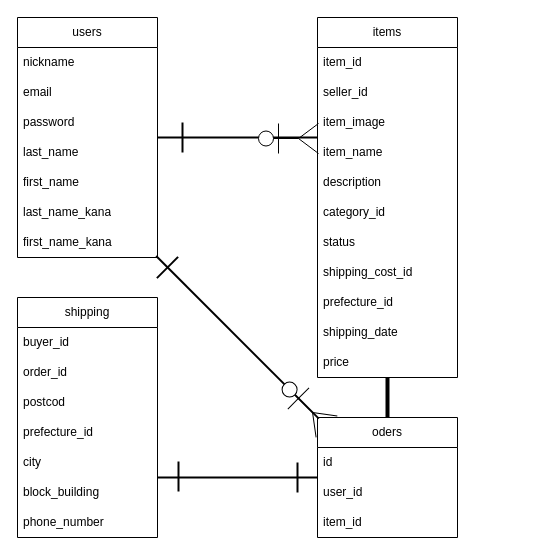
This is app/views/test.dio from 11shiro4/furima-41807, a draw.io file, before an edit. Source tidied: cells renumbered, new cells numbered last; positions are measured from the earlier drawing's top-left corner, leaving out a move shared by most shapes. Both pictures are drawn from the tidied source at 100%, with x=0, y=0 at pixel (17, 17).
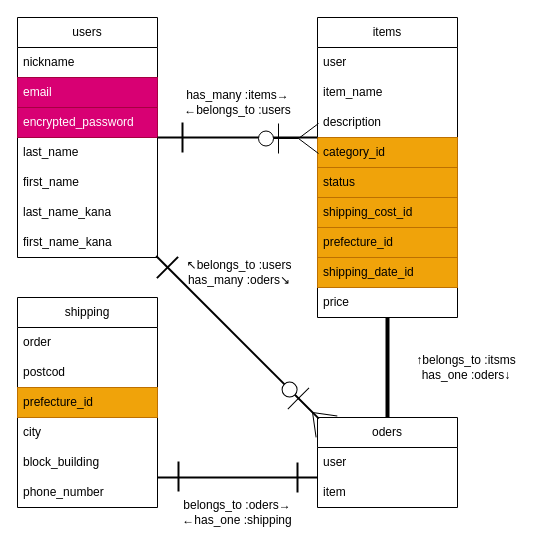
The same page after the edit.

Commit message (it also covers changes not shown here):
データベース設計#2

The change refers to these unchanged cells:
```xml
<mxCell id="2" value="users" style="swimlane;fontStyle=0;horizontal=1;startSize=30;whiteSpace=wrap;html=1;" parent="1" vertex="1">
  <mxGeometry width="140" height="240" as="geometry" />
</mxCell>
```

The edit, as a diff of the source:
```diff
@@
-    <mxCell id="4" value="email" style="text;strokeColor=none;fillColor=none;align=left;verticalAlign=middle;spacingLeft=4;spacingRight=4;overflow=hidden;whiteSpace=wrap;html=1;" parent="2" vertex="1">
+    <mxCell id="4" value="email" style="text;strokeColor=#A50040;fillColor=#d80073;align=left;verticalAlign=middle;spacingLeft=4;spacingRight=4;overflow=hidden;whiteSpace=wrap;html=1;fontColor=#ffffff;" parent="2" vertex="1">
       <mxGeometry y="60" width="140" height="30" as="geometry" />
     </mxCell>
-    <mxCell id="5" value="password" style="text;strokeColor=none;fillColor=none;align=left;verticalAlign=middle;spacingLeft=4;spacingRight=4;overflow=hidden;whiteSpace=wrap;html=1;" parent="2" vertex="1">
+    <mxCell id="5" value="encrypted_password" style="text;strokeColor=#A50040;fillColor=#d80073;align=left;verticalAlign=middle;spacingLeft=4;spacingRight=4;overflow=hidden;whiteSpace=wrap;html=1;fontColor=#ffffff;" parent="2" vertex="1">
       <mxGeometry y="90" width="140" height="30" as="geometry" />
     </mxCell>
@@
     <mxCell id="10" value="shipping" style="swimlane;fontStyle=0;horizontal=1;startSize=30;whiteSpace=wrap;html=1;" parent="1" vertex="1">
-      <mxGeometry y="280" width="140" height="240" as="geometry" />
+      <mxGeometry y="280" width="140" height="210" as="geometry" />
     </mxCell>
-    <mxCell id="11" value="buyer_id" style="text;strokeColor=none;fillColor=none;align=left;verticalAlign=middle;spacingLeft=4;spacingRight=4;overflow=hidden;whiteSpace=wrap;html=1;" parent="10" vertex="1">
-      <mxGeometry y="30" width="140" height="30" as="geometry" />
-    </mxCell>
-    <mxCell id="12" value="order_id" style="text;strokeColor=none;fillColor=none;align=left;verticalAlign=middle;spacingLeft=4;spacingRight=4;overflow=hidden;whiteSpace=wrap;html=1;" parent="10" vertex="1">
-      <mxGeometry y="60" width="140" height="30" as="geometry" />
+    <mxCell id="12" value="order" style="text;strokeColor=none;fillColor=none;align=left;verticalAlign=middle;spacingLeft=4;spacingRight=4;overflow=hidden;whiteSpace=wrap;html=1;" parent="10" vertex="1">
+      <mxGeometry y="30" width="140" height="30" as="geometry" />
     </mxCell>
     <mxCell id="13" value="postcod" style="text;strokeColor=none;fillColor=none;align=left;verticalAlign=middle;spacingLeft=4;spacingRight=4;overflow=hidden;whiteSpace=wrap;html=1;" parent="10" vertex="1">
-      <mxGeometry y="90" width="140" height="30" as="geometry" />
+      <mxGeometry y="60" width="140" height="30" as="geometry" />
     </mxCell>
-    <mxCell id="14" value="prefecture_id" style="text;strokeColor=none;fillColor=none;align=left;verticalAlign=middle;spacingLeft=4;spacingRight=4;overflow=hidden;whiteSpace=wrap;html=1;" parent="10" vertex="1">
-      <mxGeometry y="120" width="140" height="30" as="geometry" />
+    <mxCell id="14" value="prefecture_id" style="text;strokeColor=#BD7000;fillColor=#f0a30a;align=left;verticalAlign=middle;spacingLeft=4;spacingRight=4;overflow=hidden;whiteSpace=wrap;html=1;fontColor=#000000;" parent="10" vertex="1">
+      <mxGeometry y="90" width="140" height="30" as="geometry" />
     </mxCell>
     <mxCell id="15" value="city" style="text;strokeColor=none;fillColor=none;align=left;verticalAlign=middle;spacingLeft=4;spacingRight=4;overflow=hidden;whiteSpace=wrap;html=1;" parent="10" vertex="1">
-      <mxGeometry y="150" width="140" height="30" as="geometry" />
+      <mxGeometry y="120" width="140" height="30" as="geometry" />
     </mxCell>
     <mxCell id="16" value="block_building" style="text;strokeColor=none;fillColor=none;align=left;verticalAlign=middle;spacingLeft=4;spacingRight=4;overflow=hidden;whiteSpace=wrap;html=1;" parent="10" vertex="1">
-      <mxGeometry y="180" width="140" height="30" as="geometry" />
+      <mxGeometry y="150" width="140" height="30" as="geometry" />
     </mxCell>
     <mxCell id="17" value="phone_number" style="text;strokeColor=none;fillColor=none;align=left;verticalAlign=middle;spacingLeft=4;spacingRight=4;overflow=hidden;whiteSpace=wrap;html=1;" parent="10" vertex="1">
-      <mxGeometry y="210" width="140" height="30" as="geometry" />
+      <mxGeometry y="180" width="140" height="30" as="geometry" />
     </mxCell>
     <mxCell id="18" value="items" style="swimlane;fontStyle=0;horizontal=1;startSize=30;whiteSpace=wrap;html=1;" parent="1" vertex="1">
-      <mxGeometry x="300" width="140" height="360" as="geometry" />
+      <mxGeometry x="300" width="140" height="300" as="geometry" />
     </mxCell>
-    <mxCell id="19" value="item_id" style="text;strokeColor=none;fillColor=none;align=left;verticalAlign=middle;spacingLeft=4;spacingRight=4;overflow=hidden;whiteSpace=wrap;html=1;" parent="18" vertex="1">
-      <mxGeometry y="30" width="140" height="30" as="geometry" />
-    </mxCell>
-    <mxCell id="20" value="seller_id" style="text;strokeColor=none;fillColor=none;align=left;verticalAlign=middle;spacingLeft=4;spacingRight=4;overflow=hidden;whiteSpace=wrap;html=1;" parent="18" vertex="1">
-      <mxGeometry y="60" width="140" height="30" as="geometry" />
+    <mxCell id="20" value="user" style="text;strokeColor=none;fillColor=none;align=left;verticalAlign=middle;spacingLeft=4;spacingRight=4;overflow=hidden;whiteSpace=wrap;html=1;" parent="18" vertex="1">
+      <mxGeometry y="30" width="140" height="30" as="geometry" />
     </mxCell>
-    <mxCell id="21" value="item_image" style="text;strokeColor=none;fillColor=none;align=left;verticalAlign=middle;spacingLeft=4;spacingRight=4;overflow=hidden;whiteSpace=wrap;html=1;" parent="18" vertex="1">
-      <mxGeometry y="90" width="140" height="30" as="geometry" />
-    </mxCell>
     <mxCell id="22" value="item_name" style="text;strokeColor=none;fillColor=none;align=left;verticalAlign=middle;spacingLeft=4;spacingRight=4;overflow=hidden;whiteSpace=wrap;html=1;" parent="18" vertex="1">
-      <mxGeometry y="120" width="140" height="30" as="geometry" />
+      <mxGeometry y="60" width="140" height="30" as="geometry" />
     </mxCell>
     <mxCell id="23" value="description" style="text;strokeColor=none;fillColor=none;align=left;verticalAlign=middle;spacingLeft=4;spacingRight=4;overflow=hidden;whiteSpace=wrap;html=1;" parent="18" vertex="1">
-      <mxGeometry y="150" width="140" height="30" as="geometry" />
+      <mxGeometry y="90" width="140" height="30" as="geometry" />
     </mxCell>
-    <mxCell id="24" value="category_id" style="text;strokeColor=none;fillColor=none;align=left;verticalAlign=middle;spacingLeft=4;spacingRight=4;overflow=hidden;whiteSpace=wrap;html=1;" parent="18" vertex="1">
-      <mxGeometry y="180" width="140" height="30" as="geometry" />
+    <mxCell id="24" value="category_id" style="text;strokeColor=#BD7000;fillColor=#f0a30a;align=left;verticalAlign=middle;spacingLeft=4;spacingRight=4;overflow=hidden;whiteSpace=wrap;html=1;fontColor=#000000;" parent="18" vertex="1">
+      <mxGeometry y="120" width="140" height="30" as="geometry" />
     </mxCell>
-    <mxCell id="25" value="status" style="text;strokeColor=none;fillColor=none;align=left;verticalAlign=middle;spacingLeft=4;spacingRight=4;overflow=hidden;whiteSpace=wrap;html=1;" parent="18" vertex="1">
-      <mxGeometry y="210" width="140" height="30" as="geometry" />
+    <mxCell id="25" value="status" style="text;strokeColor=#BD7000;fillColor=#f0a30a;align=left;verticalAlign=middle;spacingLeft=4;spacingRight=4;overflow=hidden;whiteSpace=wrap;html=1;fontColor=#000000;" parent="18" vertex="1">
+      <mxGeometry y="150" width="140" height="30" as="geometry" />
     </mxCell>
-    <mxCell id="26" value="shipping_cost_id" style="text;strokeColor=none;fillColor=none;align=left;verticalAlign=middle;spacingLeft=4;spacingRight=4;overflow=hidden;whiteSpace=wrap;html=1;" parent="18" vertex="1">
-      <mxGeometry y="240" width="140" height="30" as="geometry" />
+    <mxCell id="26" value="shipping_cost_id" style="text;strokeColor=#BD7000;fillColor=#f0a30a;align=left;verticalAlign=middle;spacingLeft=4;spacingRight=4;overflow=hidden;whiteSpace=wrap;html=1;fontColor=#000000;" parent="18" vertex="1">
+      <mxGeometry y="180" width="140" height="30" as="geometry" />
     </mxCell>
-    <mxCell id="27" value="prefecture_id" style="text;strokeColor=none;fillColor=none;align=left;verticalAlign=middle;spacingLeft=4;spacingRight=4;overflow=hidden;whiteSpace=wrap;html=1;" parent="18" vertex="1">
-      <mxGeometry y="270" width="140" height="30" as="geometry" />
+    <mxCell id="27" value="prefecture_id" style="text;strokeColor=#BD7000;fillColor=#f0a30a;align=left;verticalAlign=middle;spacingLeft=4;spacingRight=4;overflow=hidden;whiteSpace=wrap;html=1;fontColor=#000000;" parent="18" vertex="1">
+      <mxGeometry y="210" width="140" height="30" as="geometry" />
     </mxCell>
-    <mxCell id="28" value="shipping_date" style="text;strokeColor=none;fillColor=none;align=left;verticalAlign=middle;spacingLeft=4;spacingRight=4;overflow=hidden;whiteSpace=wrap;html=1;" parent="18" vertex="1">
-      <mxGeometry y="300" width="140" height="30" as="geometry" />
+    <mxCell id="28" value="shipping_date_id" style="text;strokeColor=#BD7000;fillColor=#f0a30a;align=left;verticalAlign=middle;spacingLeft=4;spacingRight=4;overflow=hidden;whiteSpace=wrap;html=1;fontColor=#000000;" parent="18" vertex="1">
+      <mxGeometry y="240" width="140" height="30" as="geometry" />
     </mxCell>
     <mxCell id="29" value="price" style="text;strokeColor=none;fillColor=none;align=left;verticalAlign=middle;spacingLeft=4;spacingRight=4;overflow=hidden;whiteSpace=wrap;html=1;" parent="18" vertex="1">
-      <mxGeometry y="330" width="140" height="30" as="geometry" />
+      <mxGeometry y="270" width="140" height="30" as="geometry" />
     </mxCell>
     <mxCell id="30" value="oders" style="swimlane;fontStyle=0;horizontal=1;startSize=30;whiteSpace=wrap;html=1;" parent="1" vertex="1">
-      <mxGeometry x="300" y="400" width="140" height="120" as="geometry" />
+      <mxGeometry x="300" y="400" width="140" height="90" as="geometry" />
     </mxCell>
-    <mxCell id="31" value="id" style="text;strokeColor=none;fillColor=none;align=left;verticalAlign=middle;spacingLeft=4;spacingRight=4;overflow=hidden;whiteSpace=wrap;html=1;" parent="30" vertex="1">
-      <mxGeometry y="30" width="140" height="30" as="geometry" />
-    </mxCell>
-    <mxCell id="32" value="user_id" style="text;strokeColor=none;fillColor=none;align=left;verticalAlign=middle;spacingLeft=4;spacingRight=4;overflow=hidden;whiteSpace=wrap;html=1;" parent="30" vertex="1">
-      <mxGeometry y="60" width="140" height="30" as="geometry" />
+    <mxCell id="32" value="user" style="text;strokeColor=none;fillColor=none;align=left;verticalAlign=middle;spacingLeft=4;spacingRight=4;overflow=hidden;whiteSpace=wrap;html=1;" parent="30" vertex="1">
+      <mxGeometry y="30" width="140" height="30" as="geometry" />
     </mxCell>
-    <mxCell id="33" value="item_id" style="text;strokeColor=none;fillColor=none;align=left;verticalAlign=middle;spacingLeft=4;spacingRight=4;overflow=hidden;whiteSpace=wrap;html=1;" parent="30" vertex="1">
-      <mxGeometry y="90" width="140" height="30" as="geometry" />
+    <mxCell id="33" value="item" style="text;strokeColor=none;fillColor=none;align=left;verticalAlign=middle;spacingLeft=4;spacingRight=4;overflow=hidden;whiteSpace=wrap;html=1;" parent="30" vertex="1">
+      <mxGeometry y="60" width="140" height="30" as="geometry" />
     </mxCell>
     <mxCell id="34" style="line;strokeWidth=4;direction=south;html=1;perimeter=backbonePerimeter;" parent="1" vertex="1">
-      <mxGeometry x="365" y="360" width="10" height="40" as="geometry" />
+      <mxGeometry x="365" y="300" width="10" height="100" as="geometry" />
     </mxCell>
@@
+    <mxCell id="44" value="has_many :items→&lt;br&gt;←belongs_to :users" style="text;strokeColor=none;align=center;fillColor=none;html=1;verticalAlign=middle;whiteSpace=wrap;rounded=0;" parent="1" vertex="1">
+      <mxGeometry x="142.5" y="70" width="155" height="30" as="geometry" />
+    </mxCell>
+    <mxCell id="45" value="↖︎belongs_to :users&lt;br&gt;has_many :oders↘︎" style="text;html=1;strokeColor=none;fillColor=none;align=center;verticalAlign=middle;whiteSpace=wrap;rounded=0;" parent="1" vertex="1">
+      <mxGeometry x="144" y="240" width="156" height="30" as="geometry" />
+    </mxCell>
+    <mxCell id="46" value="belongs_to :oders→&lt;br&gt;←has_one :shipping" style="text;html=1;strokeColor=none;fillColor=none;align=center;verticalAlign=middle;whiteSpace=wrap;rounded=0;" parent="1" vertex="1">
+      <mxGeometry x="145" y="480" width="150" height="30" as="geometry" />
+    </mxCell>
+    <mxCell id="47" value="↑belongs_to :itsms&lt;br&gt;has_one :oders↓" style="text;html=1;strokeColor=none;fillColor=none;align=center;verticalAlign=middle;whiteSpace=wrap;rounded=0;" parent="1" vertex="1">
+      <mxGeometry x="374" y="335" width="150" height="30" as="geometry" />
+    </mxCell>
```
